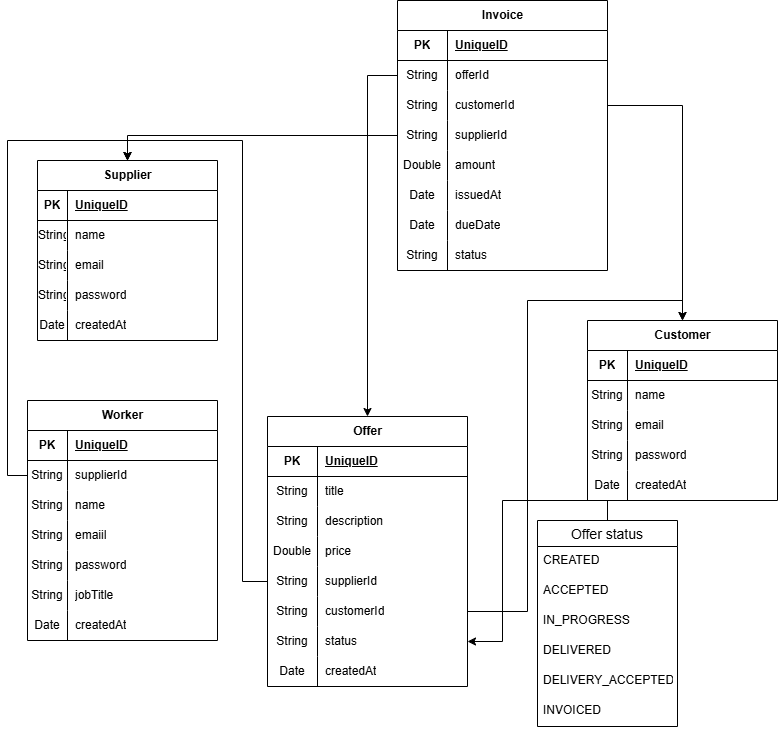
The draw.io diagram documentation/data_model_diagram.drawio.png in HoangTiepLukas/Java-Web-1, before a commit. Source tidied: cells renumbered, new cells last; positions are measured from the earlier drawing's top-left corner, leaving out a move shared by most shapes.
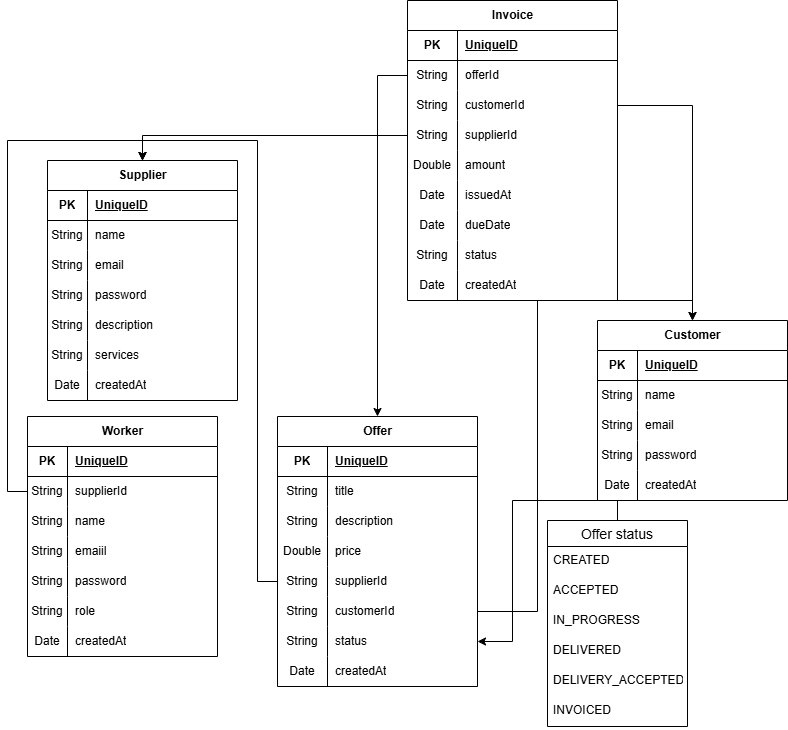
After the commit.

Commit message:
chore: update data model diagram

Change to the diagram source:
```diff
@@ -126,7 +126,7 @@
       <mxGeometry x="50" width="150" height="30" as="geometry" />
     </mxCell>
     <mxCell id="43" value="Worker" style="shape=table;startSize=30;rowLines=0;fontStyle=1;align=center;html=1;" parent="1" vertex="1">
-      <mxGeometry y="400" width="190" height="240" as="geometry" />
+      <mxGeometry x="-10" y="416" width="190" height="240" as="geometry" />
     </mxCell>
     <mxCell id="44" style="shape=tableRow;horizontal=0;startSize=0;swimlaneHead=0;swimlaneBody=0;fillColor=none;top=0;left=0;right=0;bottom=1;" parent="43" vertex="1">
       <mxGeometry y="30" width="190" height="30" as="geometry" />
@@ -179,7 +179,7 @@
     <mxCell id="60" value="String" style="shape=partialRectangle;fillColor=none;top=0;left=0;bottom=0;right=0;overflow=hidden;whiteSpace=wrap;html=1;" parent="59" vertex="1">
       <mxGeometry width="40" height="30" as="geometry" />
     </mxCell>
-    <mxCell id="61" value="jobTitle" style="shape=partialRectangle;fillColor=none;top=0;left=0;bottom=0;right=0;align=left;spacingLeft=6;overflow=hidden;whiteSpace=wrap;html=1;" parent="59" vertex="1">
+    <mxCell id="61" value="role" style="shape=partialRectangle;fillColor=none;top=0;left=0;bottom=0;right=0;align=left;spacingLeft=6;overflow=hidden;whiteSpace=wrap;html=1;" parent="59" vertex="1">
       <mxGeometry x="40" width="150" height="30" as="geometry" />
     </mxCell>
     <mxCell id="62" style="shape=tableRow;horizontal=0;startSize=0;swimlaneHead=0;swimlaneBody=0;fillColor=none;top=0;left=0;right=0;bottom=0;" parent="43" vertex="1">
@@ -216,7 +216,7 @@
       <mxGeometry y="176" width="140" height="30" as="geometry" />
     </mxCell>
     <mxCell id="73" value="Invoice" style="shape=table;startSize=30;rowLines=0;fontStyle=1;align=center;html=1;" parent="1" vertex="1">
-      <mxGeometry x="370" width="210" height="270" as="geometry" />
+      <mxGeometry x="370" width="210" height="300" as="geometry" />
     </mxCell>
     <mxCell id="74" style="shape=tableRow;horizontal=0;startSize=0;swimlaneHead=0;swimlaneBody=0;fillColor=none;top=0;left=0;right=0;bottom=1;" parent="73" vertex="1">
       <mxGeometry y="30" width="210" height="30" as="geometry" />
@@ -290,6 +290,15 @@
     <mxCell id="97" value="status" style="shape=partialRectangle;fillColor=none;top=0;left=0;bottom=0;right=0;align=left;spacingLeft=6;overflow=hidden;whiteSpace=wrap;html=1;" parent="95" vertex="1">
       <mxGeometry x="50" width="160" height="30" as="geometry" />
     </mxCell>
+    <mxCell id="120" style="shape=tableRow;horizontal=0;startSize=0;swimlaneHead=0;swimlaneBody=0;fillColor=none;top=0;left=0;right=0;bottom=0;" parent="73" vertex="1">
+      <mxGeometry y="270" width="210" height="30" as="geometry" />
+    </mxCell>
+    <mxCell id="121" value="Date" style="shape=partialRectangle;fillColor=none;top=0;left=0;bottom=0;right=0;overflow=hidden;whiteSpace=wrap;html=1;" parent="120" vertex="1">
+      <mxGeometry width="50" height="30" as="geometry" />
+    </mxCell>
+    <mxCell id="122" value="createdAt" style="shape=partialRectangle;fillColor=none;top=0;left=0;bottom=0;right=0;align=left;spacingLeft=6;overflow=hidden;whiteSpace=wrap;html=1;" parent="120" vertex="1">
+      <mxGeometry x="50" width="160" height="30" as="geometry" />
+    </mxCell>
     <mxCell id="98" style="edgeStyle=orthogonalEdgeStyle;rounded=0;jettySize=auto;html=1;exitX=0;exitY=0.5;exitDx=0;exitDy=0;entryX=0.5;entryY=0;entryDx=0;entryDy=0;" parent="1" edge="1" source="77" target="18">
       <mxGeometry relative="1" as="geometry" />
     </mxCell>
@@ -300,52 +309,70 @@
       <mxGeometry relative="1" as="geometry" />
     </mxCell>
     <mxCell id="101" value="Supplier" style="shape=table;startSize=30;rowLines=0;fontStyle=1;align=center;html=1;" parent="1" vertex="1">
-      <mxGeometry x="10" y="160" width="180" height="180" as="geometry" />
+      <mxGeometry x="10" y="160" width="190" height="240" as="geometry" />
     </mxCell>
     <mxCell id="102" style="shape=tableRow;horizontal=0;startSize=0;swimlaneHead=0;swimlaneBody=0;fillColor=none;top=0;left=0;right=0;bottom=1;" parent="101" vertex="1">
-      <mxGeometry y="30" width="180" height="30" as="geometry" />
+      <mxGeometry y="30" width="190" height="30" as="geometry" />
     </mxCell>
     <mxCell id="103" value="PK" style="shape=partialRectangle;fillColor=none;top=0;left=0;bottom=0;right=0;fontStyle=1;overflow=hidden;whiteSpace=wrap;html=1;" parent="102" vertex="1">
-      <mxGeometry width="30" height="30" as="geometry" />
+      <mxGeometry width="40" height="30" as="geometry" />
     </mxCell>
     <mxCell id="104" value="UniqueID" style="shape=partialRectangle;fillColor=none;top=0;left=0;bottom=0;right=0;align=left;spacingLeft=6;fontStyle=5;overflow=hidden;whiteSpace=wrap;html=1;" parent="102" vertex="1">
-      <mxGeometry x="30" width="150" height="30" as="geometry" />
+      <mxGeometry x="40" width="150" height="30" as="geometry" />
     </mxCell>
     <mxCell id="105" style="shape=tableRow;horizontal=0;startSize=0;swimlaneHead=0;swimlaneBody=0;fillColor=none;top=0;left=0;right=0;bottom=0;" parent="101" vertex="1">
-      <mxGeometry y="60" width="180" height="30" as="geometry" />
+      <mxGeometry y="60" width="190" height="30" as="geometry" />
     </mxCell>
     <mxCell id="106" value="String" style="shape=partialRectangle;fillColor=none;top=0;left=0;bottom=0;right=0;overflow=hidden;whiteSpace=wrap;html=1;" parent="105" vertex="1">
-      <mxGeometry width="30" height="30" as="geometry" />
+      <mxGeometry width="40" height="30" as="geometry" />
     </mxCell>
     <mxCell id="107" value="name" style="shape=partialRectangle;fillColor=none;top=0;left=0;bottom=0;right=0;align=left;spacingLeft=6;overflow=hidden;whiteSpace=wrap;html=1;" parent="105" vertex="1">
-      <mxGeometry x="30" width="150" height="30" as="geometry" />
+      <mxGeometry x="40" width="150" height="30" as="geometry" />
     </mxCell>
     <mxCell id="108" style="shape=tableRow;horizontal=0;startSize=0;swimlaneHead=0;swimlaneBody=0;fillColor=none;top=0;left=0;right=0;bottom=0;" parent="101" vertex="1">
-      <mxGeometry y="90" width="180" height="30" as="geometry" />
+      <mxGeometry y="90" width="190" height="30" as="geometry" />
     </mxCell>
     <mxCell id="109" value="String" style="shape=partialRectangle;fillColor=none;top=0;left=0;bottom=0;right=0;overflow=hidden;whiteSpace=wrap;html=1;" parent="108" vertex="1">
-      <mxGeometry width="30" height="30" as="geometry" />
+      <mxGeometry width="40" height="30" as="geometry" />
     </mxCell>
     <mxCell id="110" value="email" style="shape=partialRectangle;fillColor=none;top=0;left=0;bottom=0;right=0;align=left;spacingLeft=6;overflow=hidden;whiteSpace=wrap;html=1;" parent="108" vertex="1">
-      <mxGeometry x="30" width="150" height="30" as="geometry" />
+      <mxGeometry x="40" width="150" height="30" as="geometry" />
     </mxCell>
     <mxCell id="111" style="shape=tableRow;horizontal=0;startSize=0;swimlaneHead=0;swimlaneBody=0;fillColor=none;top=0;left=0;right=0;bottom=0;" parent="101" vertex="1">
-      <mxGeometry y="120" width="180" height="30" as="geometry" />
+      <mxGeometry y="120" width="190" height="30" as="geometry" />
     </mxCell>
     <mxCell id="112" value="String" style="shape=partialRectangle;fillColor=none;top=0;left=0;bottom=0;right=0;overflow=hidden;whiteSpace=wrap;html=1;" parent="111" vertex="1">
-      <mxGeometry width="30" height="30" as="geometry" />
+      <mxGeometry width="40" height="30" as="geometry" />
     </mxCell>
     <mxCell id="113" value="password" style="shape=partialRectangle;fillColor=none;top=0;left=0;bottom=0;right=0;align=left;spacingLeft=6;overflow=hidden;whiteSpace=wrap;html=1;" parent="111" vertex="1">
-      <mxGeometry x="30" width="150" height="30" as="geometry" />
+      <mxGeometry x="40" width="150" height="30" as="geometry" />
     </mxCell>
+    <mxCell id="123" style="shape=tableRow;horizontal=0;startSize=0;swimlaneHead=0;swimlaneBody=0;fillColor=none;top=0;left=0;right=0;bottom=0;" parent="101" vertex="1">
+      <mxGeometry y="150" width="190" height="30" as="geometry" />
+    </mxCell>
+    <mxCell id="124" value="String" style="shape=partialRectangle;fillColor=none;top=0;left=0;bottom=0;right=0;overflow=hidden;whiteSpace=wrap;html=1;" parent="123" vertex="1">
+      <mxGeometry width="40" height="30" as="geometry" />
+    </mxCell>
+    <mxCell id="125" value="description" style="shape=partialRectangle;fillColor=none;top=0;left=0;bottom=0;right=0;align=left;spacingLeft=6;overflow=hidden;whiteSpace=wrap;html=1;" parent="123" vertex="1">
+      <mxGeometry x="40" width="150" height="30" as="geometry" />
+    </mxCell>
+    <mxCell id="126" style="shape=tableRow;horizontal=0;startSize=0;swimlaneHead=0;swimlaneBody=0;fillColor=none;top=0;left=0;right=0;bottom=0;" parent="101" vertex="1">
+      <mxGeometry y="180" width="190" height="30" as="geometry" />
+    </mxCell>
+    <mxCell id="127" value="String" style="shape=partialRectangle;fillColor=none;top=0;left=0;bottom=0;right=0;overflow=hidden;whiteSpace=wrap;html=1;" parent="126" vertex="1">
+      <mxGeometry width="40" height="30" as="geometry" />
+    </mxCell>
+    <mxCell id="128" value="services" style="shape=partialRectangle;fillColor=none;top=0;left=0;bottom=0;right=0;align=left;spacingLeft=6;overflow=hidden;whiteSpace=wrap;html=1;" parent="126" vertex="1">
+      <mxGeometry x="40" width="150" height="30" as="geometry" />
+    </mxCell>
     <mxCell id="114" style="shape=tableRow;horizontal=0;startSize=0;swimlaneHead=0;swimlaneBody=0;fillColor=none;top=0;left=0;right=0;bottom=0;" parent="101" vertex="1">
-      <mxGeometry y="150" width="180" height="30" as="geometry" />
+      <mxGeometry y="210" width="190" height="30" as="geometry" />
     </mxCell>
     <mxCell id="115" value="Date" style="shape=partialRectangle;fillColor=none;top=0;left=0;bottom=0;right=0;overflow=hidden;whiteSpace=wrap;html=1;" parent="114" vertex="1">
-      <mxGeometry width="30" height="30" as="geometry" />
+      <mxGeometry width="40" height="30" as="geometry" />
     </mxCell>
     <mxCell id="116" value="createdAt" style="shape=partialRectangle;fillColor=none;top=0;left=0;bottom=0;right=0;align=left;spacingLeft=6;overflow=hidden;whiteSpace=wrap;html=1;" parent="114" vertex="1">
-      <mxGeometry x="30" width="150" height="30" as="geometry" />
+      <mxGeometry x="40" width="150" height="30" as="geometry" />
     </mxCell>
     <mxCell id="117" style="edgeStyle=orthogonalEdgeStyle;rounded=0;jettySize=auto;html=1;exitX=0;exitY=0.5;exitDx=0;exitDy=0;entryX=0.5;entryY=0;entryDx=0;entryDy=0;" parent="1" edge="1" source="83" target="101">
       <mxGeometry relative="1" as="geometry" />
```
